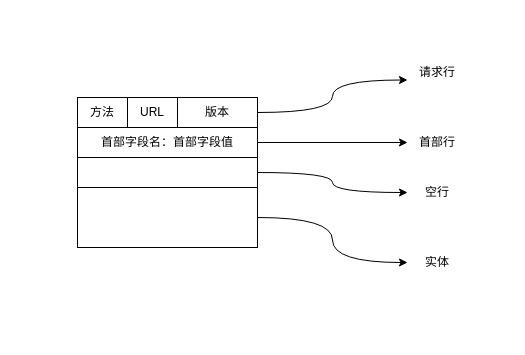
Above: HTTP.drawio in HRBully/Img (draw.io), before the change. Source tidied: cells renumbered, new cells numbered last; positions are measured from the earlier drawing's top-left corner, leaving out a move shared by most shapes. Both pictures are drawn from the tidied source at 100%, with x=0, y=0 at pixel (77, 57).
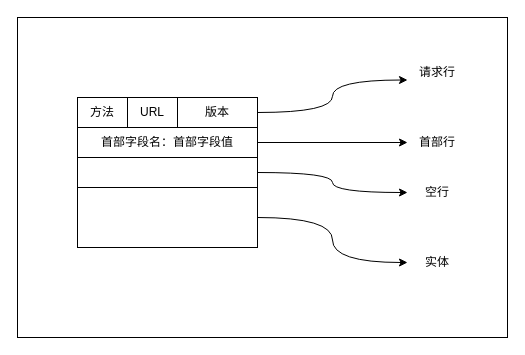
Above is the later version.

Diff of the diagram source:
```diff
@@
 <mxGraphModel>
   <root>
     <mxCell id="0" />
     <mxCell id="1" parent="0" />
+    <mxCell id="17" style="rounded=0;whiteSpace=wrap;html=1;" parent="1" vertex="1">
+      <mxGeometry x="-60" y="-40" width="490" height="320" as="geometry" />
+    </mxCell>
     <mxCell id="2" style="edgeStyle=orthogonalEdgeStyle;rounded=0;jettySize=auto;html=1;exitX=1;exitY=0.5;exitDx=0;exitDy=0;curved=1;" parent="1" edge="1" source="3" target="15">
       <mxGeometry relative="1" as="geometry" />
     </mxCell>
     <mxCell id="3" style="rounded=0;whiteSpace=wrap;html=1;" parent="1" vertex="1">
       <mxGeometry y="100" width="180" height="30" as="geometry" />
     </mxCell>
     <mxCell id="4" style="edgeStyle=orthogonalEdgeStyle;rounded=0;jettySize=auto;html=1;exitX=1;exitY=0.5;exitDx=0;exitDy=0;entryX=0;entryY=0.5;entryDx=0;entryDy=0;curved=1;" parent="1" edge="1" source="5" target="16">
       <mxGeometry relative="1" as="geometry" />
     </mxCell>
     <mxCell id="5" style="rounded=0;whiteSpace=wrap;html=1;" parent="1" vertex="1">
       <mxGeometry y="130" width="180" height="60" as="geometry" />
     </mxCell>
     <mxCell id="6" style="edgeStyle=orthogonalEdgeStyle;rounded=0;jettySize=auto;html=1;exitX=1;exitY=0.5;exitDx=0;exitDy=0;entryX=0;entryY=0.5;entryDx=0;entryDy=0;" parent="1" edge="1" source="7" target="14">
       <mxGeometry relative="1" as="geometry" />
     </mxCell>
     <mxCell id="7" value="首部字段名：首部字段值" style="rounded=0;whiteSpace=wrap;html=1;" parent="1" vertex="1">
       <mxGeometry y="70" width="180" height="30" as="geometry" />
     </mxCell>
     <mxCell id="8" style="edgeStyle=orthogonalEdgeStyle;rounded=0;jettySize=auto;html=1;entryX=0;entryY=0.75;entryDx=0;entryDy=0;curved=1;" parent="1" edge="1" source="9" target="10">
       <mxGeometry relative="1" as="geometry" />
     </mxCell>
     <mxCell id="9" style="rounded=0;whiteSpace=wrap;html=1;" parent="1" vertex="1">
       <mxGeometry y="40" width="180" height="30" as="geometry" />
     </mxCell>
     <mxCell id="10" value="请求行" style="text;html=1;strokeColor=none;fillColor=none;align=center;verticalAlign=middle;whiteSpace=wrap;rounded=0;" parent="1" vertex="1">
       <mxGeometry x="330" width="60" height="30" as="geometry" />
     </mxCell>
     <mxCell id="11" value="方法" style="rounded=0;whiteSpace=wrap;html=1;" parent="1" vertex="1">
       <mxGeometry y="40" width="50" height="30" as="geometry" />
     </mxCell>
     <mxCell id="12" value="URL" style="rounded=0;whiteSpace=wrap;html=1;" parent="1" vertex="1">
       <mxGeometry x="50" y="40" width="50" height="30" as="geometry" />
     </mxCell>
     <mxCell id="13" value="版本" style="rounded=0;whiteSpace=wrap;html=1;" parent="1" vertex="1">
       <mxGeometry x="100" y="40" width="80" height="30" as="geometry" />
     </mxCell>
     <mxCell id="14" value="首部行" style="text;html=1;strokeColor=none;fillColor=none;align=center;verticalAlign=middle;whiteSpace=wrap;rounded=0;" parent="1" vertex="1">
       <mxGeometry x="330" y="70" width="60" height="30" as="geometry" />
     </mxCell>
     <mxCell id="15" value="空行" style="text;html=1;strokeColor=none;fillColor=none;align=center;verticalAlign=middle;whiteSpace=wrap;rounded=0;" parent="1" vertex="1">
       <mxGeometry x="330" y="120" width="60" height="30" as="geometry" />
     </mxCell>
     <mxCell id="16" value="实体" style="text;html=1;strokeColor=none;fillColor=none;align=center;verticalAlign=middle;whiteSpace=wrap;rounded=0;" parent="1" vertex="1">
       <mxGeometry x="330" y="190" width="60" height="30" as="geometry" />
     </mxCell>
   </root>
 </mxGraphModel>
```
